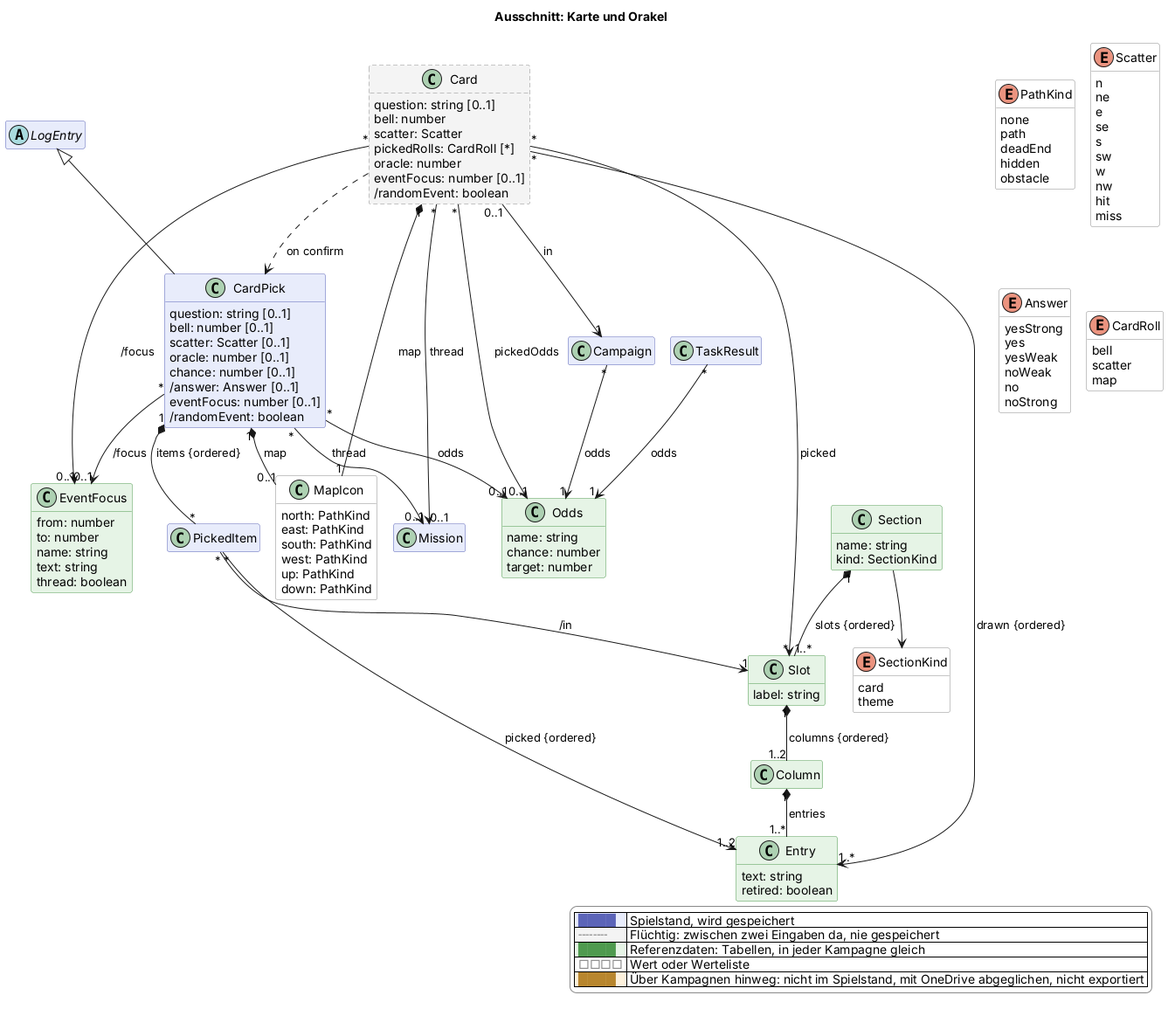
scuzzar/SRE keeps this PlantUML diagram as docs/views/karte.png. Above is the earlier version.
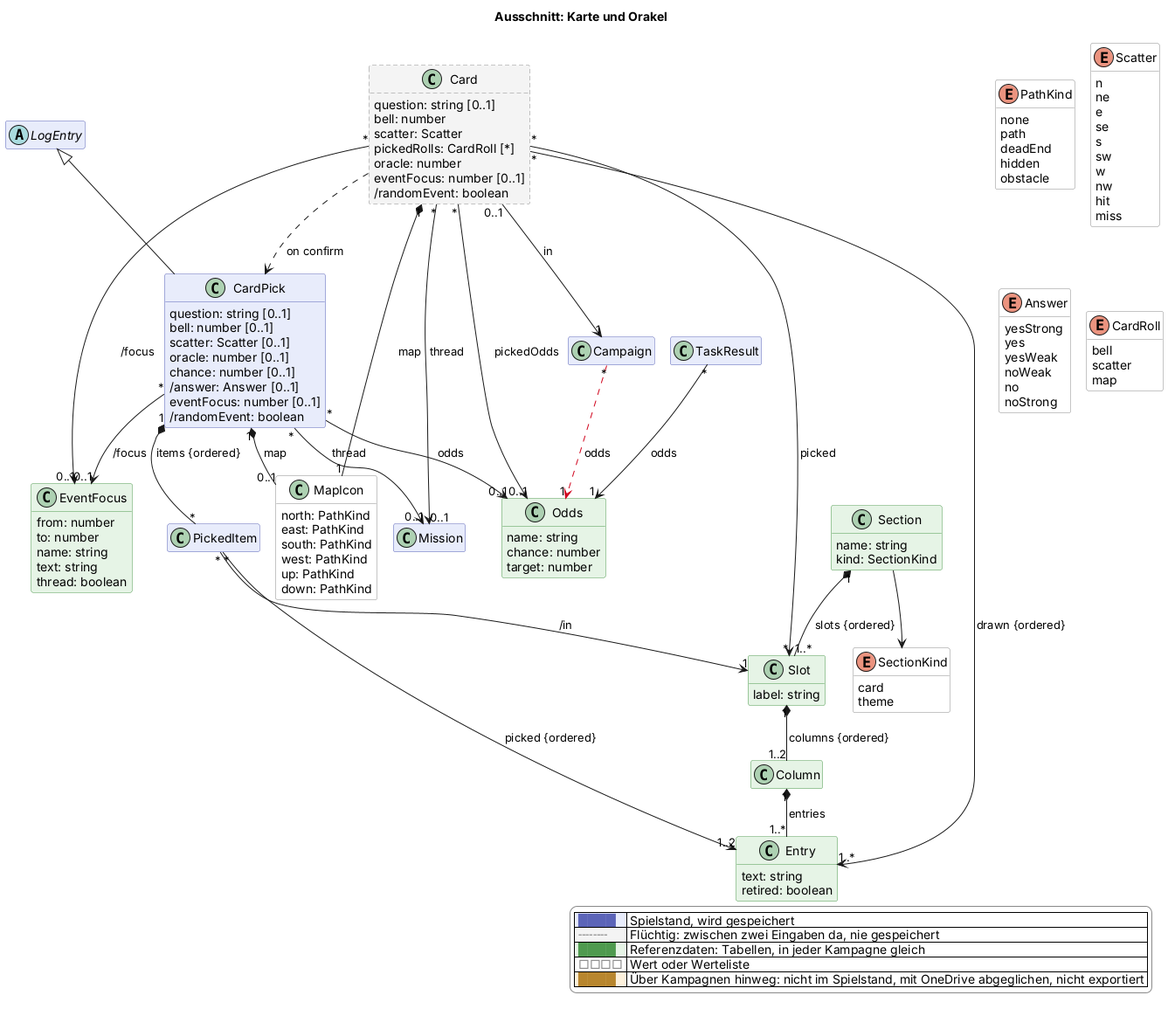
After the commit.

Diff of the diagram source:
```diff
@@ -171,7 +171,7 @@
     theme
   }
 
-Campaign "*" --> "1" Odds : odds
+Campaign "*" -$goneArrow("2026-11-27")-> "1" Odds : odds
 
 
 
```
